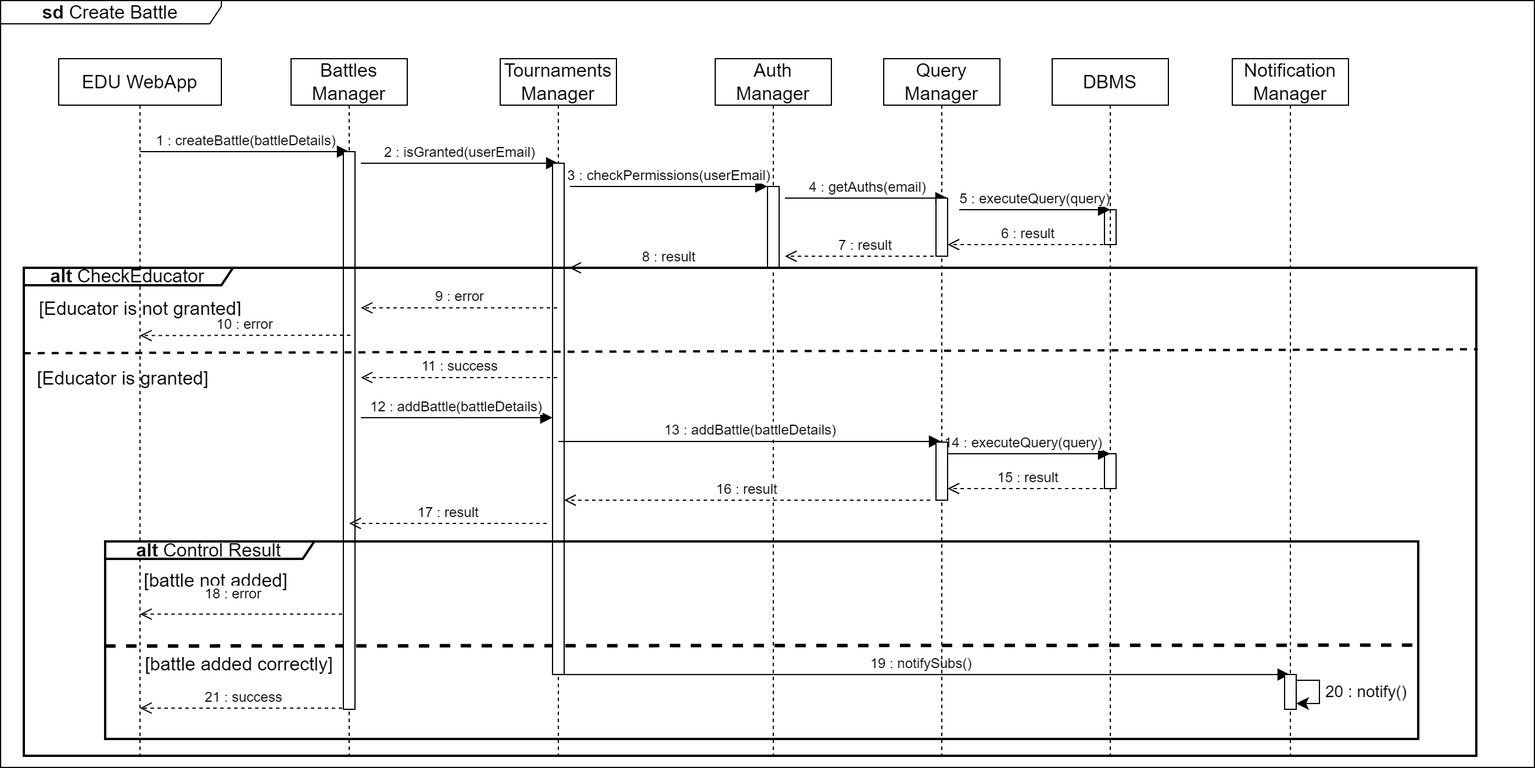
This is DD/images/runtimeviews/RuntimeView_CreateBattle.png from pontig/sw-eng-2-PasiniPontiggiaStasi, a draw.io export, as it was before one commit. Source tidied: cells renumbered, new cells last; positions are measured from the earlier drawing's top-left corner, leaving out a move shared by most shapes.
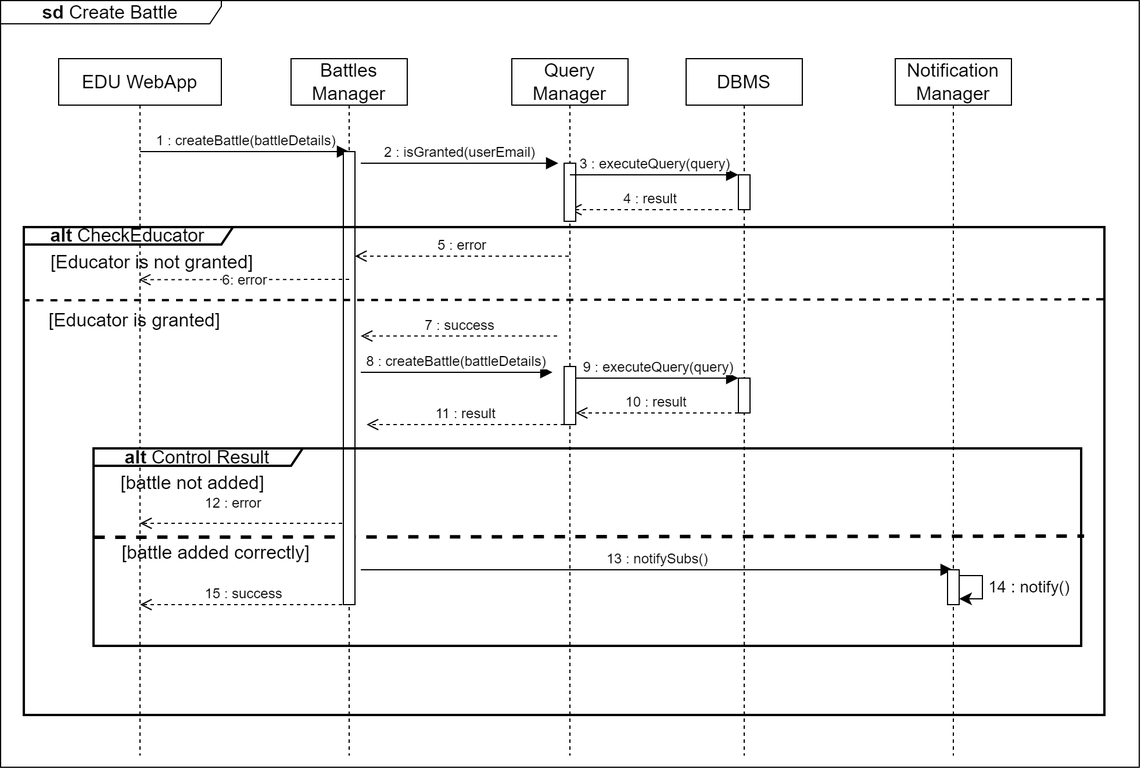
The same diagram one commit later.

The edit, as a diff of the source:
```diff
@@ -3,38 +3,33 @@
     <mxCell id="0" />
     <mxCell id="1" parent="0" />
     <mxCell id="2" value="&lt;b&gt;sd &lt;/b&gt;Create Battle" style="shape=umlFrame;whiteSpace=wrap;html=1;fontSize=16;width=190;height=20;" parent="1" vertex="1">
-      <mxGeometry width="1320" height="660" as="geometry" />
+      <mxGeometry width="980" height="660" as="geometry" />
     </mxCell>
     <mxCell id="3" value="[battle not added]" style="text;html=1;align=center;verticalAlign=middle;strokeColor=none;fillColor=none;fontSize=16;" parent="1" vertex="1">
-      <mxGeometry x="110" y="483.5" width="150" height="30" as="geometry" />
+      <mxGeometry x="90" y="400" width="150" height="30" as="geometry" />
     </mxCell>
-    <mxCell id="4" value="18 : error" style="html=1;verticalAlign=bottom;endArrow=open;dashed=1;endSize=8;curved=0;rounded=0;fontSize=12;" parent="1" edge="1">
+    <mxCell id="4" value="12 : error" style="html=1;verticalAlign=bottom;endArrow=open;dashed=1;endSize=8;curved=0;rounded=0;fontSize=12;" parent="1" edge="1">
       <mxGeometry x="0.11" y="-8" relative="1" as="geometry">
-        <mxPoint x="300" y="528.1" as="sourcePoint" />
-        <mxPoint x="120" y="528.1" as="targetPoint" />
+        <mxPoint x="300" y="450" as="sourcePoint" />
+        <mxPoint x="120" y="450" as="targetPoint" />
       </mxGeometry>
     </mxCell>
-    <mxCell id="5" value="[battle added correctly]" style="text;html=1;align=center;verticalAlign=middle;strokeColor=none;fillColor=none;fontSize=16;" parent="1" vertex="1">
-      <mxGeometry x="110" y="555.5" width="190" height="30" as="geometry" />
-    </mxCell>
-    <mxCell id="6" value="21 : success" style="html=1;verticalAlign=bottom;endArrow=open;dashed=1;endSize=8;curved=0;rounded=0;fontSize=12;" parent="1" edge="1">
+    <mxCell id="6" value="15 : success" style="html=1;verticalAlign=bottom;endArrow=open;dashed=1;endSize=8;curved=0;rounded=0;fontSize=12;" parent="1" edge="1">
       <mxGeometry x="0.01" relative="1" as="geometry">
-        <mxPoint x="300" y="609" as="sourcePoint" />
-        <mxPoint x="120" y="609" as="targetPoint" />
+        <mxPoint x="300" y="520" as="sourcePoint" />
+        <mxPoint x="120" y="520" as="targetPoint" />
       </mxGeometry>
     </mxCell>
-    <mxCell id="7" value="19 : notifySubs()" style="html=1;verticalAlign=bottom;endArrow=block;curved=0;rounded=0;fontSize=12;startSize=8;endSize=8;" parent="1" edge="1" target="45">
+    <mxCell id="7" value="13 : notifySubs()" style="html=1;verticalAlign=bottom;endArrow=block;curved=0;rounded=0;fontSize=12;startSize=8;endSize=8;" parent="1" edge="1" target="45">
       <mxGeometry relative="1" as="geometry">
-        <mxPoint x="475.5" y="580.1" as="sourcePoint" />
+        <mxPoint x="310" y="490" as="sourcePoint" />
       </mxGeometry>
     </mxCell>
-    <mxCell id="8" value="20 : notify()" style="text;html=1;align=center;verticalAlign=middle;strokeColor=none;fillColor=none;fontSize=14;" parent="1" vertex="1">
-      <mxGeometry x="1130" y="580" width="90" height="30" as="geometry" />
+    <mxCell id="8" value="14 : notify()" style="text;html=1;align=center;verticalAlign=middle;strokeColor=none;fillColor=none;fontSize=14;" parent="1" vertex="1">
+      <mxGeometry x="840" y="490" width="90" height="30" as="geometry" />
     </mxCell>
-    <mxCell id="9" style="endArrow=none;dashed=1;html=1;rounded=0;fontSize=12;startSize=8;endSize=8;curved=1;entryX=1;entryY=0.525;entryDx=0;entryDy=0;entryPerimeter=0;strokeWidth=3;" parent="1" edge="1" target="44">
-      <mxGeometry relative="1" as="geometry">
-        <mxPoint x="90" y="555.5" as="sourcePoint" />
-      </mxGeometry>
+    <mxCell id="9" style="endArrow=none;dashed=1;html=1;rounded=0;fontSize=12;startSize=8;endSize=8;curved=1;strokeWidth=3;exitX=0.001;exitY=0.45;exitDx=0;exitDy=0;exitPerimeter=0;entryX=1.003;entryY=0.444;entryDx=0;entryDy=0;entryPerimeter=0;" parent="1" edge="1" source="44" target="44">
+      <mxGeometry relative="1" as="geometry" />
     </mxCell>
     <mxCell id="10" value="EDU WebApp" style="shape=umlLifeline;perimeter=lifelinePerimeter;whiteSpace=wrap;html=1;newEdgeStyle={&quot;curved&quot;:0,&quot;rounded&quot;:0};fontSize=16;" parent="1" vertex="1">
       <mxGeometry x="50" y="50" width="140" height="600" as="geometry" />
@@ -49,7 +44,7 @@
       <mxGeometry x="250" y="50" width="100" height="600" as="geometry" />
     </mxCell>
     <mxCell id="13" style="html=1;points=[[0,0,0,0,5],[0,1,0,0,-5],[1,0,0,0,5],[1,1,0,0,-5]];perimeter=orthogonalPerimeter;outlineConnect=0;targetShapes=umlLifeline;portConstraint=eastwest;newEdgeStyle={&quot;curved&quot;:0,&quot;rounded&quot;:0};fontSize=16;" parent="12" vertex="1">
-      <mxGeometry x="45" y="80" width="10" height="480" as="geometry" />
+      <mxGeometry x="45" y="80" width="10" height="390" as="geometry" />
     </mxCell>
     <mxCell id="14" value="2 : isGranted(userEmail)" style="html=1;verticalAlign=bottom;endArrow=block;curved=0;rounded=0;fontSize=12;startSize=8;endSize=8;" parent="1" edge="1">
       <mxGeometry relative="1" as="geometry">
@@ -57,148 +52,102 @@
         <mxPoint x="480" y="140" as="targetPoint" />
       </mxGeometry>
     </mxCell>
-    <mxCell id="15" value="Tournaments Manager" style="shape=umlLifeline;perimeter=lifelinePerimeter;whiteSpace=wrap;html=1;newEdgeStyle={&quot;curved&quot;:0,&quot;rounded&quot;:0};fontSize=16;" parent="1" vertex="1">
-      <mxGeometry x="430" y="50" width="100" height="600" as="geometry" />
-    </mxCell>
-    <mxCell id="16" style="html=1;points=[[0,0,0,0,5],[0,1,0,0,-5],[1,0,0,0,5],[1,1,0,0,-5]];perimeter=orthogonalPerimeter;outlineConnect=0;targetShapes=umlLifeline;portConstraint=eastwest;newEdgeStyle={&quot;curved&quot;:0,&quot;rounded&quot;:0};fontSize=16;" parent="15" vertex="1">
-      <mxGeometry x="45" y="90" width="10" height="440" as="geometry" />
-    </mxCell>
-    <mxCell id="17" value="3 : checkPermissions(userEmail)" style="html=1;verticalAlign=bottom;endArrow=block;curved=0;rounded=0;fontSize=12;startSize=8;endSize=8;" parent="1" edge="1">
-      <mxGeometry relative="1" as="geometry">
-        <mxPoint x="490" y="160" as="sourcePoint" />
-        <mxPoint x="660" y="160" as="targetPoint" />
-      </mxGeometry>
-    </mxCell>
-    <mxCell id="18" style="html=1;points=[[0,0,0,0,5],[0,1,0,0,-5],[1,0,0,0,5],[1,1,0,0,-5]];perimeter=orthogonalPerimeter;outlineConnect=0;targetShapes=umlLifeline;portConstraint=eastwest;newEdgeStyle={&quot;curved&quot;:0,&quot;rounded&quot;:0};fontSize=16;" parent="1" vertex="1">
-      <mxGeometry x="950" y="180" width="10" height="30" as="geometry" />
-    </mxCell>
-    <mxCell id="19" value="4 : getAuths(email)" style="html=1;verticalAlign=bottom;endArrow=block;curved=0;rounded=0;fontSize=12;startSize=8;endSize=8;" parent="1" edge="1">
-      <mxGeometry relative="1" as="geometry">
-        <mxPoint x="675" y="170" as="sourcePoint" />
-        <mxPoint x="815" y="170" as="targetPoint" />
-      </mxGeometry>
-    </mxCell>
-    <mxCell id="20" value="5 : executeQuery(query)" style="html=1;verticalAlign=bottom;endArrow=block;curved=0;rounded=0;fontSize=12;startSize=8;endSize=8;" parent="1" edge="1">
-      <mxGeometry relative="1" as="geometry">
-        <mxPoint x="825" y="180" as="sourcePoint" />
-        <mxPoint x="955" y="180" as="targetPoint" />
-      </mxGeometry>
-    </mxCell>
-    <mxCell id="21" value="6 : result" style="html=1;verticalAlign=bottom;endArrow=open;dashed=1;endSize=8;curved=0;rounded=0;fontSize=12;" parent="1" edge="1">
+    <mxCell id="21" value="4 : result" style="html=1;verticalAlign=bottom;endArrow=open;dashed=1;endSize=8;curved=0;rounded=0;fontSize=12;" parent="1" edge="1">
       <mxGeometry relative="1" as="geometry">
-        <mxPoint x="955" y="210" as="sourcePoint" />
-        <mxPoint x="815" y="210" as="targetPoint" />
+        <mxPoint x="630" y="180" as="sourcePoint" />
+        <mxPoint x="490" y="180" as="targetPoint" />
       </mxGeometry>
     </mxCell>
-    <mxCell id="22" value="7 : result" style="html=1;verticalAlign=bottom;endArrow=open;dashed=1;endSize=8;curved=0;rounded=0;fontSize=12;" parent="1" edge="1">
-      <mxGeometry relative="1" as="geometry">
-        <mxPoint x="815" y="220" as="sourcePoint" />
-        <mxPoint x="675" y="220" as="targetPoint" />
-      </mxGeometry>
-    </mxCell>
-    <mxCell id="23" value="Auth Manager" style="shape=umlLifeline;perimeter=lifelinePerimeter;whiteSpace=wrap;html=1;newEdgeStyle={&quot;curved&quot;:0,&quot;rounded&quot;:0};fontSize=16;" parent="1" vertex="1">
-      <mxGeometry x="615" y="50" width="100" height="600" as="geometry" />
-    </mxCell>
     <mxCell id="24" value="Query Manager" style="shape=umlLifeline;perimeter=lifelinePerimeter;whiteSpace=wrap;html=1;outlineConnect=0;portConstraint=eastwest;newEdgeStyle={&quot;curved&quot;:0,&quot;rounded&quot;:0};fontSize=16;" parent="1" vertex="1">
-      <mxGeometry x="760" y="50" width="100" height="600" as="geometry" />
+      <mxGeometry x="440" y="50" width="100" height="600" as="geometry" />
     </mxCell>
     <mxCell id="25" style="html=1;perimeter=orthogonalPerimeter;targetShapes=umlLifeline;newEdgeStyle={&quot;curved&quot;:0,&quot;rounded&quot;:0};fontSize=16;" parent="24" vertex="1">
-      <mxGeometry x="45" y="120" width="10" height="50" as="geometry" />
+      <mxGeometry x="45" y="90" width="10" height="50" as="geometry" />
     </mxCell>
     <mxCell id="26" value="DBMS" style="shape=umlLifeline;perimeter=lifelinePerimeter;whiteSpace=wrap;html=1;newEdgeStyle={&quot;curved&quot;:0,&quot;rounded&quot;:0};fontSize=16;" parent="1" vertex="1">
-      <mxGeometry x="905" y="50" width="100" height="600" as="geometry" />
+      <mxGeometry x="590" y="50" width="100" height="600" as="geometry" />
     </mxCell>
-    <mxCell id="27" style="html=1;perimeter=orthogonalPerimeter;targetShapes=umlLifeline;newEdgeStyle={&quot;curved&quot;:0,&quot;rounded&quot;:0};fontSize=16;" parent="1" vertex="1">
-      <mxGeometry x="660" y="160" width="10" height="70" as="geometry" />
-    </mxCell>
-    <mxCell id="28" value="8 : result" style="html=1;verticalAlign=bottom;endArrow=open;dashed=1;endSize=8;curved=0;rounded=0;fontSize=12;" parent="1" edge="1">
-      <mxGeometry relative="1" as="geometry">
-        <mxPoint x="660" y="230" as="sourcePoint" />
-        <mxPoint x="489.4" y="230" as="targetPoint" />
-      </mxGeometry>
-    </mxCell>
+    <mxCell id="18" style="html=1;points=[[0,0,0,0,5],[0,1,0,0,-5],[1,0,0,0,5],[1,1,0,0,-5]];perimeter=orthogonalPerimeter;outlineConnect=0;targetShapes=umlLifeline;portConstraint=eastwest;newEdgeStyle={&quot;curved&quot;:0,&quot;rounded&quot;:0};fontSize=16;" parent="26" vertex="1">
+      <mxGeometry x="45" y="100" width="10" height="30" as="geometry" />
+    </mxCell>
     <mxCell id="29" value="&lt;b&gt;alt &lt;/b&gt;CheckEducator" style="shape=umlFrame;whiteSpace=wrap;html=1;fontSize=16;width=180;height=15;strokeWidth=2;" parent="1" vertex="1">
-      <mxGeometry x="20" y="230" width="1250" height="420" as="geometry" />
+      <mxGeometry x="20" y="195" width="930" height="420" as="geometry" />
     </mxCell>
     <mxCell id="30" value="[Educator is not granted]" style="text;html=1;align=center;verticalAlign=middle;strokeColor=none;fillColor=none;fontSize=16;" parent="1" vertex="1">
-      <mxGeometry x="20" y="250" width="200" height="30" as="geometry" />
+      <mxGeometry x="30" y="210" width="200" height="30" as="geometry" />
     </mxCell>
-    <mxCell id="31" value="9 : error" style="html=1;verticalAlign=bottom;endArrow=open;dashed=1;endSize=8;curved=0;rounded=0;fontSize=12;" parent="1" edge="1">
+    <mxCell id="31" value="5 : error" style="html=1;verticalAlign=bottom;endArrow=open;dashed=1;endSize=8;curved=0;rounded=0;fontSize=12;" parent="1" edge="1" target="13">
       <mxGeometry relative="1" as="geometry">
-        <mxPoint x="479" y="264.5" as="sourcePoint" />
-        <mxPoint x="310" y="264.5" as="targetPoint" />
+        <mxPoint x="489" y="220" as="sourcePoint" />
       </mxGeometry>
     </mxCell>
-    <mxCell id="32" value="10 : error" style="html=1;verticalAlign=bottom;endArrow=open;dashed=1;endSize=8;curved=0;rounded=0;fontSize=12;entryX=0.5;entryY=0.444;entryDx=0;entryDy=0;entryPerimeter=0;" parent="1" edge="1">
-      <mxGeometry relative="1" as="geometry">
-        <mxPoint x="301" y="288" as="sourcePoint" />
-        <mxPoint x="120" y="288.3" as="targetPoint" />
+    <mxCell id="32" value="6: error" style="html=1;verticalAlign=bottom;endArrow=open;dashed=1;endSize=8;curved=0;rounded=0;fontSize=12;entryX=0.5;entryY=0.444;entryDx=0;entryDy=0;entryPerimeter=0;" parent="1" edge="1">
+      <mxGeometry x="-0.01" y="10" relative="1" as="geometry">
+        <mxPoint x="300" y="240" as="sourcePoint" />
+        <mxPoint x="119" y="240.3" as="targetPoint" />
+        <mxPoint x="1" as="offset" />
       </mxGeometry>
     </mxCell>
-    <mxCell id="33" style="endArrow=none;dashed=1;html=1;rounded=0;fontSize=12;startSize=8;endSize=8;curved=1;exitX=0;exitY=0.181;exitDx=0;exitDy=0;exitPerimeter=0;entryX=1.001;entryY=0.167;entryDx=0;entryDy=0;entryPerimeter=0;strokeWidth=2;" parent="1" edge="1" target="29">
-      <mxGeometry relative="1" as="geometry">
-        <mxPoint x="20" y="303.5" as="sourcePoint" />
-      </mxGeometry>
+    <mxCell id="33" style="endArrow=none;dashed=1;html=1;rounded=0;fontSize=12;startSize=8;endSize=8;curved=1;exitX=-0.001;exitY=0.15;exitDx=0;exitDy=0;exitPerimeter=0;strokeWidth=2;entryX=1;entryY=0.148;entryDx=0;entryDy=0;entryPerimeter=0;" parent="1" edge="1" source="29" target="29">
+      <mxGeometry relative="1" as="geometry" />
     </mxCell>
     <mxCell id="34" value="[Educator is granted]" style="text;html=1;align=center;verticalAlign=middle;strokeColor=none;fillColor=none;fontSize=16;" parent="1" vertex="1">
-      <mxGeometry x="20" y="310" width="170" height="30" as="geometry" />
+      <mxGeometry x="30" y="260" width="170" height="30" as="geometry" />
     </mxCell>
-    <mxCell id="35" value="11 : success" style="html=1;verticalAlign=bottom;endArrow=open;dashed=1;endSize=8;curved=0;rounded=0;fontSize=12;" parent="1" edge="1">
+    <mxCell id="35" value="7 : success" style="html=1;verticalAlign=bottom;endArrow=open;dashed=1;endSize=8;curved=0;rounded=0;fontSize=12;" parent="1" edge="1">
       <mxGeometry relative="1" as="geometry">
-        <mxPoint x="479" y="324.5" as="sourcePoint" />
-        <mxPoint x="310" y="324.5" as="targetPoint" />
+        <mxPoint x="479" y="288.8" as="sourcePoint" />
+        <mxPoint x="310" y="288.8" as="targetPoint" />
       </mxGeometry>
     </mxCell>
-    <mxCell id="36" value="12 : addBattle(battleDetails)" style="html=1;verticalAlign=bottom;endArrow=block;curved=0;rounded=0;fontSize=12;startSize=8;endSize=8;" parent="1" edge="1">
+    <mxCell id="36" value="8 : createBattle(battleDetails)" style="html=1;verticalAlign=bottom;endArrow=block;curved=0;rounded=0;fontSize=12;startSize=8;endSize=8;" parent="1" edge="1">
       <mxGeometry relative="1" as="geometry">
-        <mxPoint x="310" y="359" as="sourcePoint" />
-        <mxPoint x="475" y="359" as="targetPoint" />
+        <mxPoint x="310" y="320" as="sourcePoint" />
+        <mxPoint x="475" y="320" as="targetPoint" />
       </mxGeometry>
     </mxCell>
-    <mxCell id="37" value="13 : addBattle(battleDetails)" style="html=1;verticalAlign=bottom;endArrow=block;curved=0;rounded=0;fontSize=12;startSize=8;endSize=8;" parent="1" edge="1" target="24">
-      <mxGeometry relative="1" as="geometry">
-        <mxPoint x="480" y="379.5" as="sourcePoint" />
-      </mxGeometry>
-    </mxCell>
-    <mxCell id="38" style="html=1;perimeter=orthogonalPerimeter;targetShapes=umlLifeline;newEdgeStyle={&quot;curved&quot;:0,&quot;rounded&quot;:0};fontSize=16;" parent="1" vertex="1">
-      <mxGeometry x="950" y="390" width="10" height="30" as="geometry" />
-    </mxCell>
-    <mxCell id="39" value="14 : executeQuery(query)" style="html=1;verticalAlign=bottom;endArrow=block;curved=0;rounded=0;fontSize=12;startSize=8;endSize=8;" parent="1" edge="1" source="41">
-      <mxGeometry x="-0.07" relative="1" as="geometry">
-        <mxPoint x="955" y="390" as="targetPoint" />
-      </mxGeometry>
-    </mxCell>
-    <mxCell id="40" value="15 : result" style="html=1;verticalAlign=bottom;endArrow=open;dashed=1;endSize=8;curved=0;rounded=0;fontSize=12;" parent="1" edge="1">
-      <mxGeometry relative="1" as="geometry">
-        <mxPoint x="955" y="420" as="sourcePoint" />
-        <mxPoint x="815" y="420" as="targetPoint" />
-      </mxGeometry>
-    </mxCell>
-    <mxCell id="41" style="html=1;points=[[0,0,0,0,5],[0,1,0,0,-5],[1,0,0,0,5],[1,1,0,0,-5]];perimeter=orthogonalPerimeter;outlineConnect=0;targetShapes=umlLifeline;portConstraint=eastwest;newEdgeStyle={&quot;curved&quot;:0,&quot;rounded&quot;:0};fontSize=16;" parent="1" vertex="1">
-      <mxGeometry x="805" y="380" width="10" height="50" as="geometry" />
-    </mxCell>
-    <mxCell id="42" value="16 : result" style="html=1;verticalAlign=bottom;endArrow=open;dashed=1;endSize=8;curved=0;rounded=0;fontSize=12;" parent="1" edge="1" target="16">
-      <mxGeometry relative="1" as="geometry">
-        <mxPoint x="800" y="430" as="sourcePoint" />
-      </mxGeometry>
-    </mxCell>
-    <mxCell id="43" value="17 : result" style="html=1;verticalAlign=bottom;endArrow=open;dashed=1;endSize=8;curved=0;rounded=0;fontSize=12;" parent="1" edge="1">
+    <mxCell id="43" value="11 : result" style="html=1;verticalAlign=bottom;endArrow=open;dashed=1;endSize=8;curved=0;rounded=0;fontSize=12;" parent="1" edge="1">
       <mxGeometry relative="1" as="geometry">
-        <mxPoint x="470" y="450" as="sourcePoint" />
-        <mxPoint x="300" y="450" as="targetPoint" />
+        <mxPoint x="485" y="365" as="sourcePoint" />
+        <mxPoint x="315" y="365" as="targetPoint" />
       </mxGeometry>
     </mxCell>
     <mxCell id="44" value="&lt;b&gt;alt &lt;/b&gt;Control Result" style="shape=umlFrame;whiteSpace=wrap;html=1;fontSize=16;width=180;height=15;strokeWidth=2;" parent="1" vertex="1">
-      <mxGeometry x="90" y="465.5" width="1130" height="170" as="geometry" />
+      <mxGeometry x="80" y="385.5" width="850" height="170" as="geometry" />
     </mxCell>
     <mxCell id="45" value="Notification Manager" style="shape=umlLifeline;perimeter=lifelinePerimeter;whiteSpace=wrap;html=1;outlineConnect=0;portConstraint=eastwest;newEdgeStyle={&quot;curved&quot;:0,&quot;rounded&quot;:0};fontSize=16;" parent="1" vertex="1">
-      <mxGeometry x="1060" y="50" width="100" height="600" as="geometry" />
+      <mxGeometry x="770" y="50" width="100" height="600" as="geometry" />
     </mxCell>
     <mxCell id="46" style="html=1;points=[[0,0,0,0,5],[0,1,0,0,-5],[1,0,0,0,5],[1,1,0,0,-5]];perimeter=orthogonalPerimeter;outlineConnect=0;targetShapes=umlLifeline;portConstraint=eastwest;newEdgeStyle={&quot;curved&quot;:0,&quot;rounded&quot;:0};fontSize=16;" parent="45" vertex="1">
-      <mxGeometry x="45" y="530" width="10" height="30" as="geometry" />
+      <mxGeometry x="45" y="440" width="10" height="30" as="geometry" />
     </mxCell>
     <mxCell id="47" style="edgeStyle=none;curved=0;rounded=0;orthogonalLoop=1;jettySize=auto;html=1;fontSize=12;startSize=8;endSize=8;" parent="45" edge="1" source="46" target="46">
       <mxGeometry relative="1" as="geometry" />
     </mxCell>
+    <mxCell id="20" value="3 : executeQuery(query)" style="html=1;verticalAlign=bottom;endArrow=block;curved=0;rounded=0;fontSize=12;startSize=8;endSize=8;" parent="1" edge="1" target="18">
+      <mxGeometry relative="1" as="geometry">
+        <mxPoint x="490" y="150" as="sourcePoint" />
+      </mxGeometry>
+    </mxCell>
+    <mxCell id="48" value="10 : result" style="html=1;verticalAlign=bottom;endArrow=open;dashed=1;endSize=8;curved=0;rounded=0;fontSize=12;" parent="1" edge="1">
+      <mxGeometry relative="1" as="geometry">
+        <mxPoint x="635" y="355" as="sourcePoint" />
+        <mxPoint x="495" y="355" as="targetPoint" />
+      </mxGeometry>
+    </mxCell>
+    <mxCell id="49" style="html=1;perimeter=orthogonalPerimeter;targetShapes=umlLifeline;newEdgeStyle={&quot;curved&quot;:0,&quot;rounded&quot;:0};fontSize=16;" parent="1" vertex="1">
+      <mxGeometry x="485" y="315" width="10" height="50" as="geometry" />
+    </mxCell>
+    <mxCell id="50" style="html=1;points=[[0,0,0,0,5],[0,1,0,0,-5],[1,0,0,0,5],[1,1,0,0,-5]];perimeter=orthogonalPerimeter;outlineConnect=0;targetShapes=umlLifeline;portConstraint=eastwest;newEdgeStyle={&quot;curved&quot;:0,&quot;rounded&quot;:0};fontSize=16;" parent="1" vertex="1">
+      <mxGeometry x="635" y="325" width="10" height="30" as="geometry" />
+    </mxCell>
+    <mxCell id="51" value="9 : executeQuery(query)" style="html=1;verticalAlign=bottom;endArrow=block;curved=0;rounded=0;fontSize=12;startSize=8;endSize=8;" parent="1" edge="1" target="50">
+      <mxGeometry relative="1" as="geometry">
+        <mxPoint x="495" y="325" as="sourcePoint" />
+      </mxGeometry>
+    </mxCell>
+    <mxCell id="5" value="[battle added correctly]" style="text;html=1;align=center;verticalAlign=middle;strokeColor=none;fillColor=none;fontSize=16;" parent="1" vertex="1">
+      <mxGeometry x="90" y="460" width="190" height="30" as="geometry" />
+    </mxCell>
   </root>
 </mxGraphModel>
```
